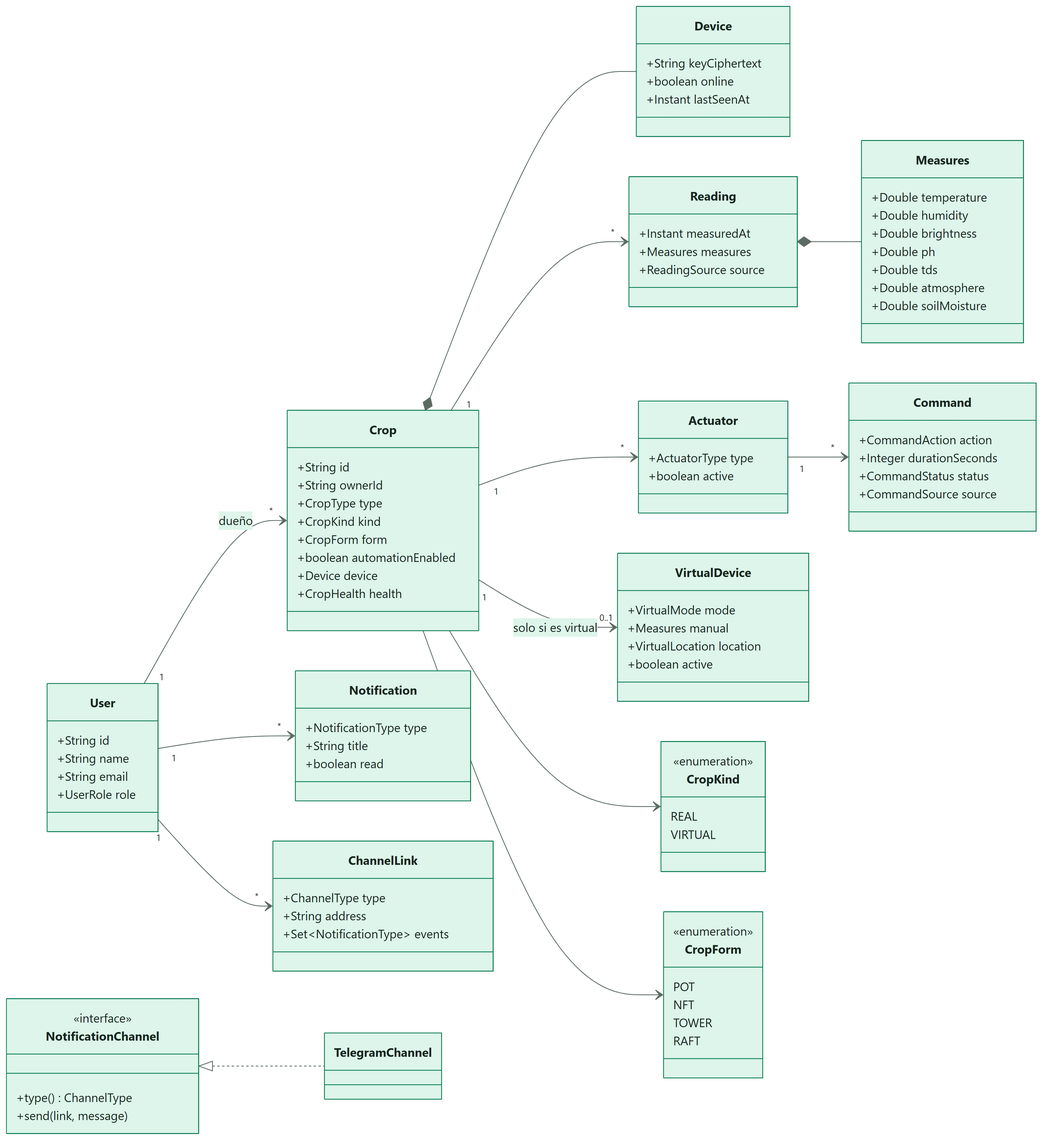
The Mermaid diagram docs/diagrams/SmartPot_11_Domain_Classes.png in SmartPotTech/.github, before a commit. Its source is kept beside it as docs/diagrams/SmartPot_11_Domain_Classes.mmd. Its diagram source:
```mermaid
%%{init: {"theme": "base", "fontFamily": "Segoe UI, Arial, sans-serif", "themeVariables": {"fontFamily": "Segoe UI, Arial, sans-serif", "fontSize": "15px", "primaryColor": "#DDF5EA", "primaryTextColor": "#17261F", "primaryBorderColor": "#067A52", "secondaryColor": "#E3F2FB", "secondaryTextColor": "#17261F", "secondaryBorderColor": "#1F6FA0", "tertiaryColor": "#F2F7F4", "tertiaryTextColor": "#17261F", "tertiaryBorderColor": "#D5E3DC", "lineColor": "#5B6B63", "textColor": "#17261F", "mainBkg": "#DDF5EA", "nodeBorder": "#067A52", "clusterBkg": "#F7FAF8", "clusterBorder": "#D5E3DC", "edgeLabelBackground": "#FFFFFF", "actorBkg": "#067A52", "actorBorder": "#0B3D2B", "actorTextColor": "#FFFFFF", "actorLineColor": "#5B6B63", "signalColor": "#17261F", "signalTextColor": "#17261F", "labelBoxBkgColor": "#0B3D2B", "labelBoxBorderColor": "#0B3D2B", "labelTextColor": "#FFFFFF", "loopTextColor": "#0B3D2B", "noteBkgColor": "#FDF4DD", "noteBorderColor": "#C98D12", "noteTextColor": "#17261F", "activationBkgColor": "#DDF5EA", "activationBorderColor": "#067A52", "attributeBackgroundColorOdd": "#FFFFFF", "attributeBackgroundColorEven": "#F2F7F4"}}}%%
classDiagram
  direction LR
  class User {
    +String id
    +String name
    +String email
    +UserRole role
  }
  class Crop {
    +String id
    +String ownerId
    +CropType type
    +CropKind kind
    +CropForm form
    +boolean automationEnabled
    +Device device
    +CropHealth health
  }
  class Device {
    +String keyCiphertext
    +boolean online
    +Instant lastSeenAt
  }
  class Reading {
    +Instant measuredAt
    +Measures measures
    +ReadingSource source
  }
  class Measures {
    +Double temperature
    +Double humidity
    +Double brightness
    +Double ph
    +Double tds
    +Double atmosphere
    +Double soilMoisture
  }
  class Actuator {
    +ActuatorType type
    +boolean active
  }
  class Command {
    +CommandAction action
    +Integer durationSeconds
    +CommandStatus status
    +CommandSource source
  }
  class Notification {
    +NotificationType type
    +String title
    +boolean read
  }
  class ChannelLink {
    +ChannelType type
    +String address
    +Set~NotificationType~ events
  }
  class VirtualDevice {
    +VirtualMode mode
    +Measures manual
    +VirtualLocation location
    +boolean active
  }
  class CropKind {
    <<enumeration>>
    REAL
    VIRTUAL
  }
  class CropForm {
    <<enumeration>>
    POT
    NFT
    TOWER
    RAFT
  }
  class NotificationChannel {
    <<interface>>
    +type() ChannelType
    +send(link, message)
  }
  class TelegramChannel
  User "1" --> "*" Crop : dueño
  Crop *-- Device
  Crop "1" --> "*" Reading
  Reading *-- Measures
  Crop "1" --> "*" Actuator
  Actuator "1" --> "*" Command
  User "1" --> "*" Notification
  User "1" --> "*" ChannelLink
  Crop "1" --> "0..1" VirtualDevice : solo si es virtual
  Crop --> CropKind
  Crop --> CropForm
  NotificationChannel <|.. TelegramChannel
```
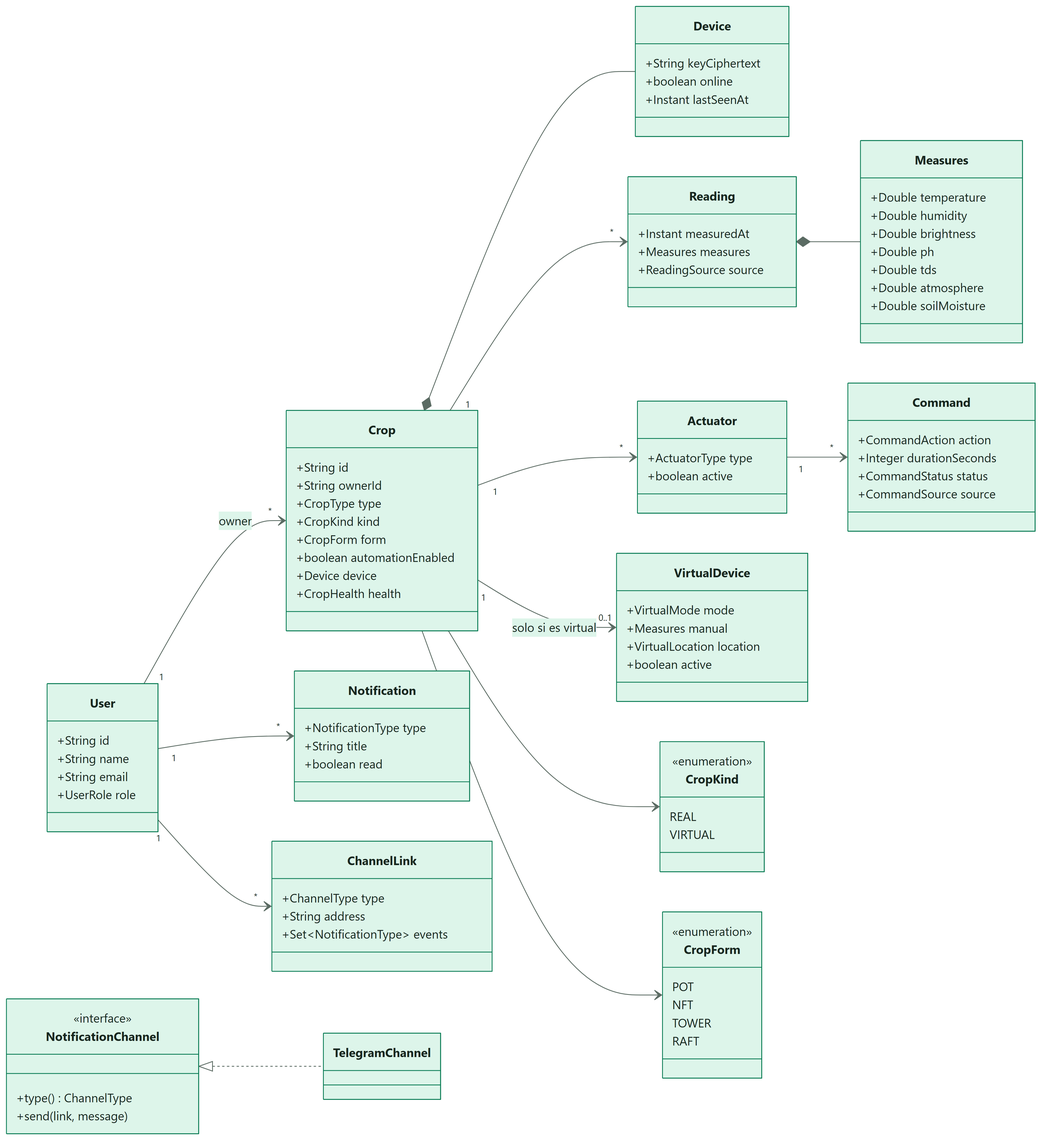
The same file after the commit.

What changed in the source:
```diff
@@ -80,7 +80,7 @@
     +send(link, message)
   }
   class TelegramChannel
-  User "1" --> "*" Crop : dueño
+  User "1" --> "*" Crop : owner
   Crop *-- Device
   Crop "1" --> "*" Reading
   Reading *-- Measures
```
